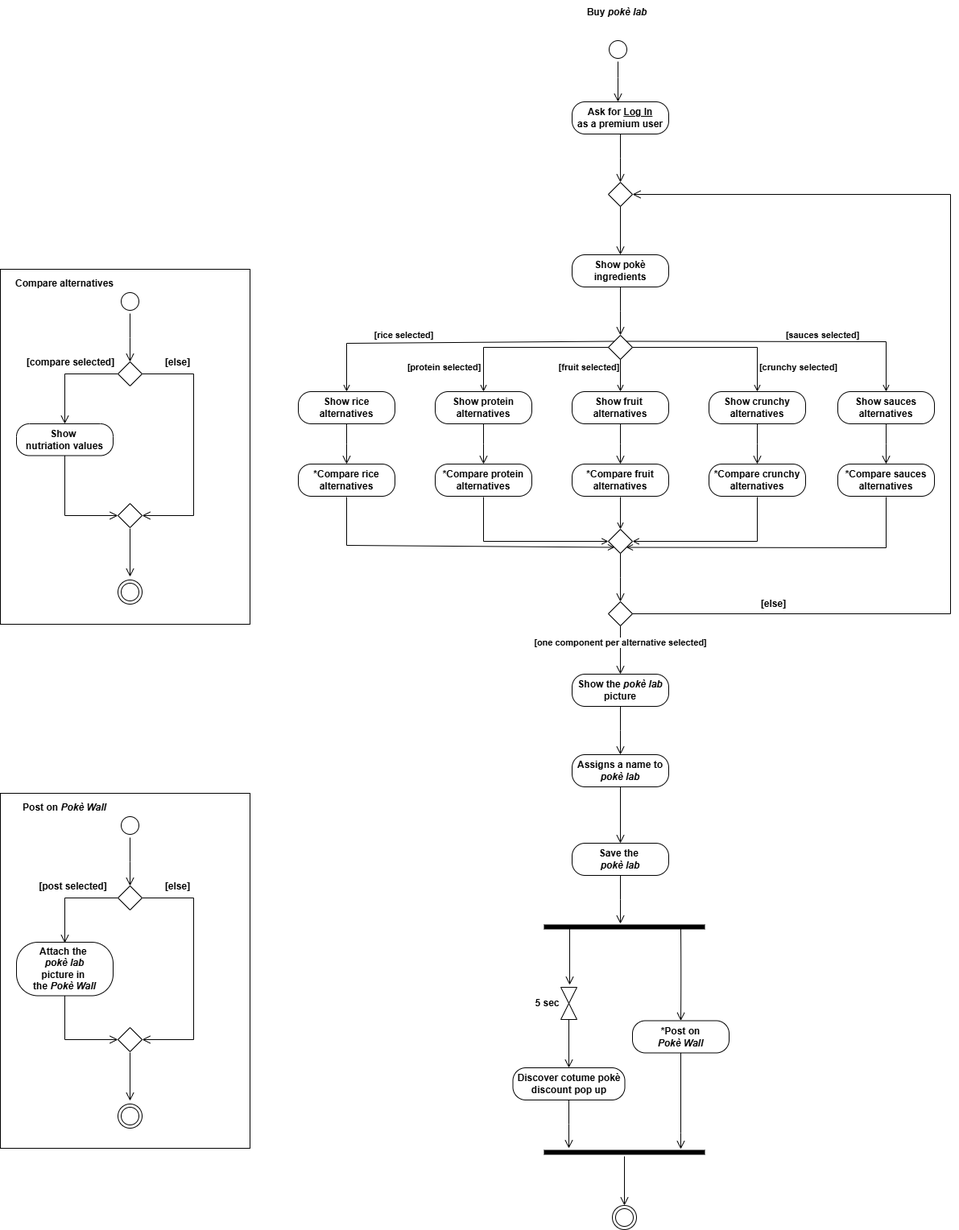
Before: diagrams/ActivityDiagram.drawio.png, a diagram exported from draw.io (matteopinfildi/ISPW-Project). Source tidied: cells renumbered, new cells last; positions are measured from the earlier drawing's top-left corner, leaving out a move shared by most shapes.
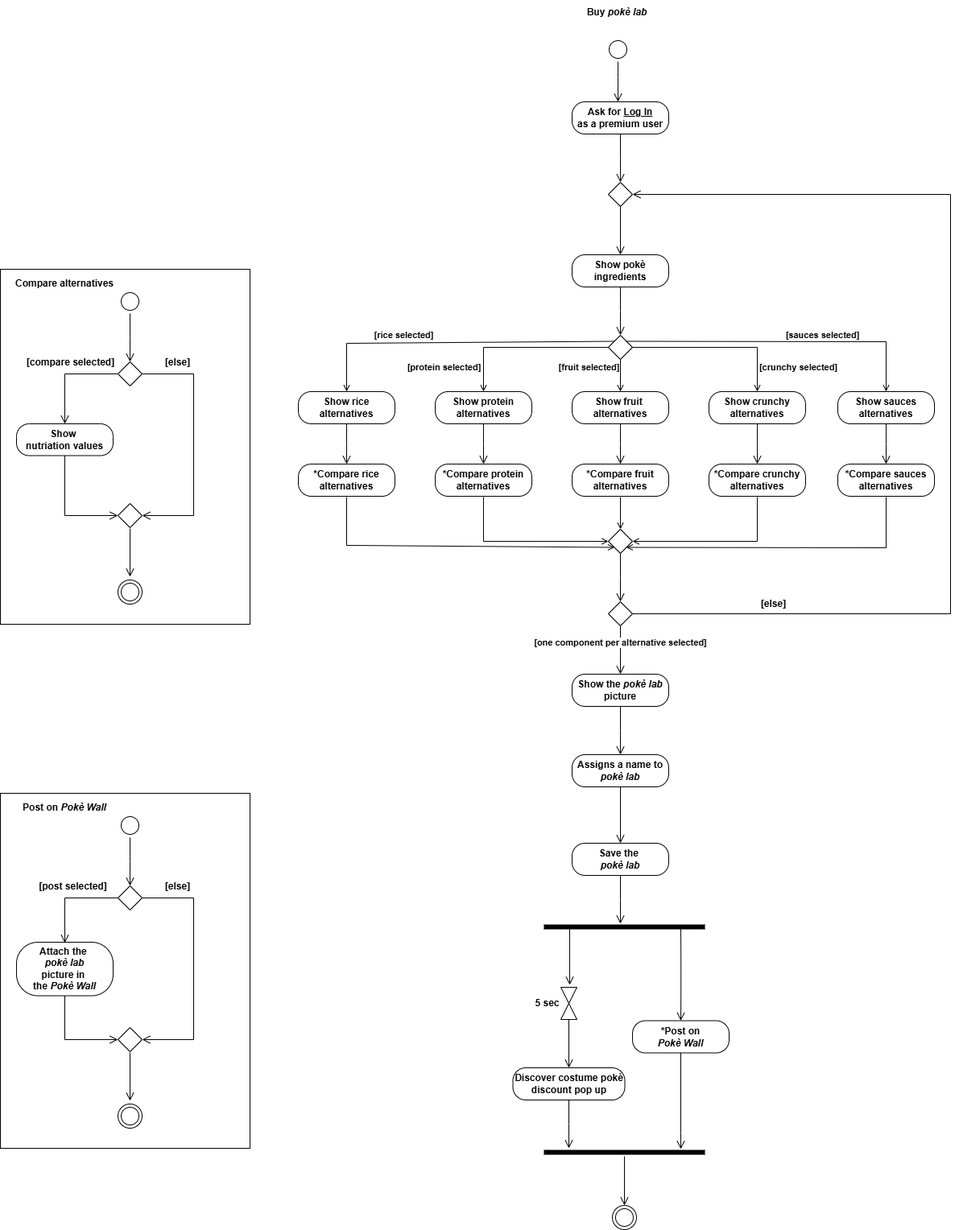
The same file after the commit.

The edit, as a diff of the source:
```diff
@@ -240,7 +240,7 @@
         <mxPoint x="706" y="1326" as="targetPoint" />
       </mxGeometry>
     </mxCell>
-    <mxCell id="51" value="&lt;b&gt;Discover cotume pokè&lt;/b&gt;&lt;div&gt;&lt;b&gt;discount pop up&lt;/b&gt;&lt;/div&gt;" style="rounded=1;whiteSpace=wrap;html=1;arcSize=40;labelBackgroundColor=none;" parent="1" vertex="1">
+    <mxCell id="51" value="&lt;b&gt;Discover costume pokè&lt;/b&gt;&lt;div&gt;&lt;b&gt;discount pop up&lt;/b&gt;&lt;/div&gt;" style="rounded=1;whiteSpace=wrap;html=1;arcSize=40;labelBackgroundColor=none;" parent="1" vertex="1">
       <mxGeometry x="636.5" y="1326" width="139" height="40" as="geometry" />
     </mxCell>
     <mxCell id="52" style="edgeStyle=orthogonalEdgeStyle;html=1;verticalAlign=bottom;endArrow=open;endSize=8;rounded=0;fontSize=12;curved=1;labelBackgroundColor=none;fontColor=default;" parent="1" edge="1" source="51">
```
